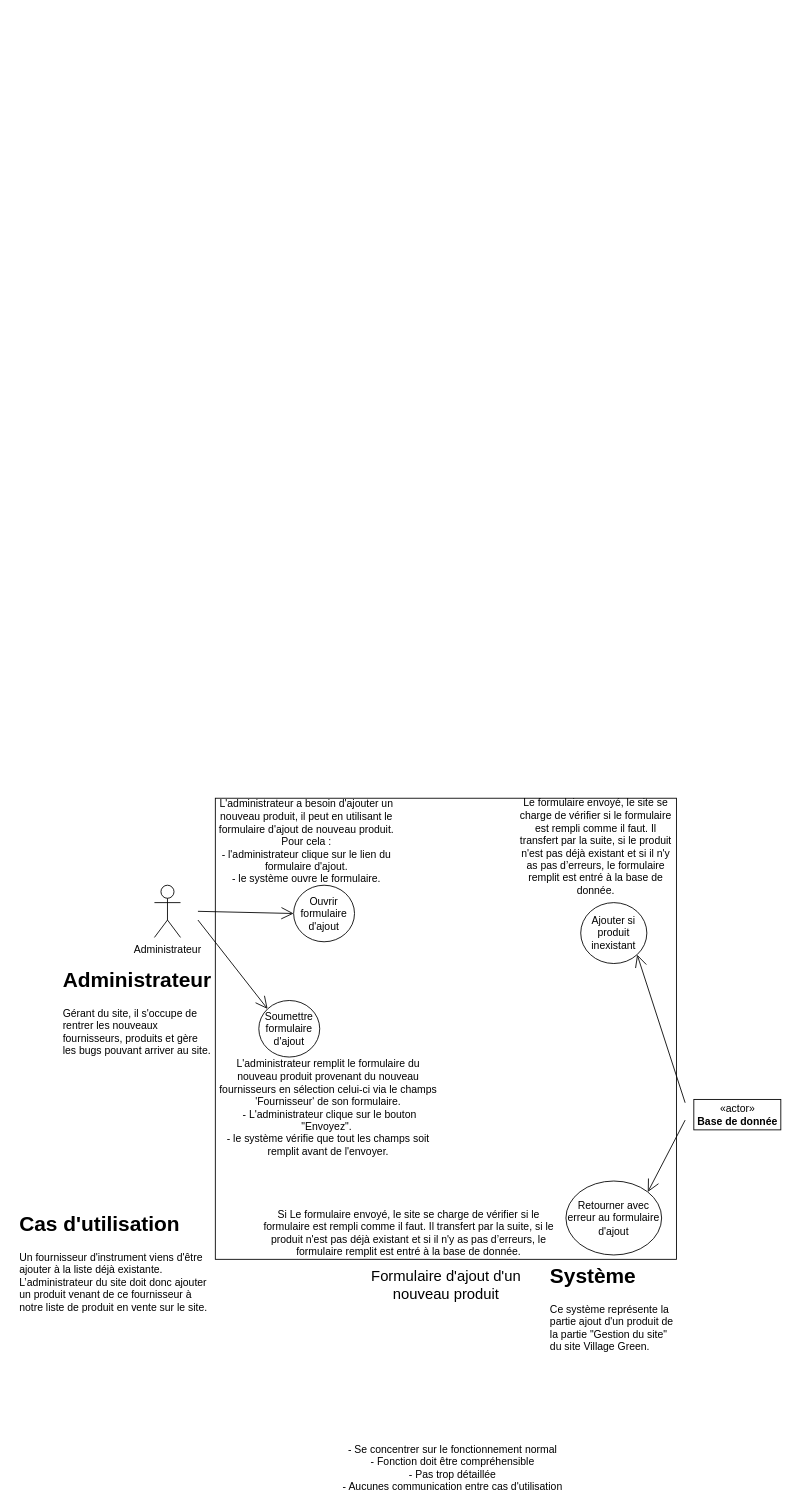
Before: UML/refonte après discution avec Fode.drawio in dwwm-19120/filRouge2, a draw.io diagram. Source tidied: cells renumbered, new cells numbered last; positions are measured from the earlier drawing's top-left corner, leaving out a move shared by most shapes. Both pictures are drawn from the tidied source at 87%, with x=0, y=0 at pixel (15, 798).
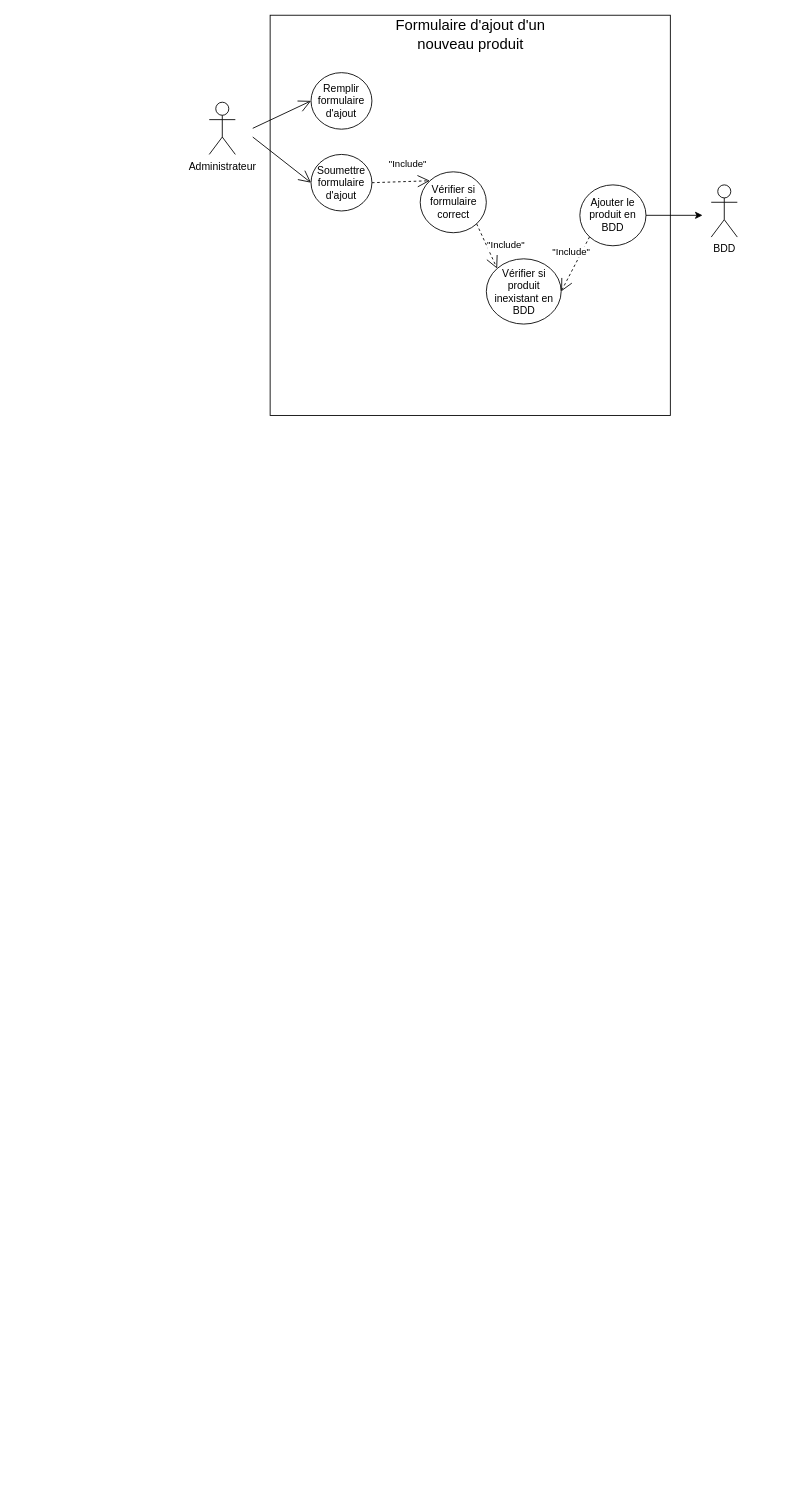
After the change.

Commit message (it also covers changes not shown here):
Retentative de faire un Diagramme de Cas d'utilisation

Diff of the diagram source:
```diff
@@
-    <mxCell id="2" style="whiteSpace=wrap;html=1;fillColor=none;" parent="1" vertex="1">
-      <mxGeometry x="230" width="530" height="530" as="geometry" />
-    </mxCell>
+    <mxCell id="22" style="whiteSpace=wrap;html=1;fillColor=none;" parent="1" vertex="1">
+      <mxGeometry x="293" y="-900" width="460" height="460" as="geometry" />
+    </mxCell>
     <mxCell id="3" value="&lt;font style=&quot;font-size: 17px&quot;&gt;Formulaire d'ajout d'un nouveau produit&lt;/font&gt;" style="text;html=1;strokeColor=none;fillColor=none;align=center;verticalAlign=middle;whiteSpace=wrap;rounded=0;" parent="1" vertex="1">
-      <mxGeometry x="402.5" y="550" width="185" height="20" as="geometry" />
+      <mxGeometry x="430.5" y="-887" width="185" height="20" as="geometry" />
     </mxCell>
     <mxCell id="4" value="Administrateur" style="shape=umlActor;verticalLabelPosition=bottom;labelBackgroundColor=#ffffff;verticalAlign=top;html=1;fillColor=none;" parent="1" vertex="1">
-      <mxGeometry x="160" y="100" width="30" height="60" as="geometry" />
+      <mxGeometry x="223" y="-800" width="30" height="60" as="geometry" />
     </mxCell>
-    <mxCell id="5" value="&lt;h1&gt;Administrateur&lt;/h1&gt;&lt;p&gt;Gérant du site, il s'occupe de rentrer les nouveaux fournisseurs, produits et gère les bugs pouvant arriver au site.&lt;/p&gt;" style="text;html=1;strokeColor=none;fillColor=none;spacing=5;spacingTop=-20;whiteSpace=wrap;overflow=hidden;rounded=0;" parent="1" vertex="1">
-      <mxGeometry x="50" y="190" width="180" height="110" as="geometry" />
-    </mxCell>
-    <mxCell id="6" value="&lt;h1&gt;Système&lt;/h1&gt;&lt;p&gt;Ce système représente la partie ajout d'un produit de la partie &quot;Gestion du site&quot; du site Village Green.&lt;/p&gt;" style="text;html=1;strokeColor=none;fillColor=none;spacing=5;spacingTop=-20;whiteSpace=wrap;overflow=hidden;rounded=0;" parent="1" vertex="1">
-      <mxGeometry x="610" y="530" width="150" height="110" as="geometry" />
-    </mxCell>
-    <mxCell id="7" value="&lt;h1&gt;Cas d'utilisation&lt;/h1&gt;&lt;p&gt;Un fournisseur d'instrument viens d'être ajouter à la liste déjà existante.&amp;nbsp; L’administrateur du site doit donc ajouter un produit venant de ce fournisseur à notre liste de produit en vente sur le site.&lt;/p&gt;" style="text;html=1;strokeColor=none;fillColor=none;spacing=5;spacingTop=-20;whiteSpace=wrap;overflow=hidden;rounded=0;" parent="1" vertex="1">
-      <mxGeometry y="470" width="230" height="130" as="geometry" />
-    </mxCell>
-    <mxCell id="8" value="- Se concentrer sur le fonctionnement normal&lt;br&gt;- Fonction doit être compréhensible&lt;br&gt;- Pas trop détaillée&lt;br&gt;- Aucunes communication entre cas d'utilisation" style="text;html=1;strokeColor=none;fillColor=none;align=center;verticalAlign=middle;whiteSpace=wrap;rounded=0;" parent="1" vertex="1">
-      <mxGeometry x="373" y="740" width="260" height="60" as="geometry" />
-    </mxCell>
-    <mxCell id="9" style="endArrow=open;endFill=1;endSize=12;html=1;entryX=0;entryY=0.5;entryDx=0;entryDy=0;" parent="1" edge="1" target="10">
-      <mxGeometry relative="1" as="geometry">
-        <mxPoint x="210" y="130" as="sourcePoint" />
-      </mxGeometry>
-    </mxCell>
-    <mxCell id="10" value="Ouvrir formulaire d'ajout" style="ellipse;whiteSpace=wrap;html=1;fillColor=none;" parent="1" vertex="1">
-      <mxGeometry x="320" y="100" width="70" height="65" as="geometry" />
-    </mxCell>
+    <mxCell id="23" style="endArrow=open;endFill=1;endSize=12;html=1;entryX=0;entryY=0.5;entryDx=0;entryDy=0;" parent="1" edge="1" target="24">
+      <mxGeometry relative="1" as="geometry">
+        <mxPoint x="273" y="-770" as="sourcePoint" />
+      </mxGeometry>
+    </mxCell>
+    <mxCell id="24" value="Remplir formulaire d'ajout" style="ellipse;whiteSpace=wrap;html=1;fillColor=none;" parent="1" vertex="1">
+      <mxGeometry x="340" y="-834" width="70" height="65" as="geometry" />
+    </mxCell>
     <mxCell id="11" value="Soumettre formulaire d'ajout" style="ellipse;whiteSpace=wrap;html=1;fillColor=none;" parent="1" vertex="1">
-      <mxGeometry x="280" y="232.5" width="70" height="65" as="geometry" />
+      <mxGeometry x="340" y="-740" width="70" height="65" as="geometry" />
     </mxCell>
-    <mxCell id="12" style="endArrow=open;endFill=1;endSize=12;html=1;entryX=0;entryY=0;entryDx=0;entryDy=0;" parent="1" edge="1" target="11">
-      <mxGeometry relative="1" as="geometry">
-        <mxPoint x="210" y="140" as="sourcePoint" />
-      </mxGeometry>
-    </mxCell>
-    <mxCell id="13" value="«actor»&lt;br&gt;&lt;b&gt;Base de donnée&lt;/b&gt;" style="html=1;fillColor=none;" parent="1" vertex="1">
-      <mxGeometry x="780" y="346.2" width="100" height="35" as="geometry" />
-    </mxCell>
-    <mxCell id="14" value="Ajouter si produit inexistant" style="ellipse;whiteSpace=wrap;html=1;fillColor=none;" parent="1" vertex="1">
-      <mxGeometry x="650" y="120" width="76" height="70" as="geometry" />
-    </mxCell>
-    <mxCell id="15" style="endArrow=open;endFill=1;endSize=12;html=1;entryX=1;entryY=1;entryDx=0;entryDy=0;" parent="1" edge="1" target="14">
-      <mxGeometry relative="1" as="geometry">
-        <mxPoint x="770" y="350" as="sourcePoint" />
-      </mxGeometry>
-    </mxCell>
-    <mxCell id="16" style="endArrow=open;endFill=1;endSize=12;html=1;entryX=1;entryY=0;entryDx=0;entryDy=0;" parent="1" edge="1" target="17">
-      <mxGeometry relative="1" as="geometry">
-        <mxPoint x="770" y="370" as="sourcePoint" />
-      </mxGeometry>
-    </mxCell>
-    <mxCell id="17" value="Retourner avec erreur au formulaire d'ajout" style="ellipse;whiteSpace=wrap;html=1;fillColor=none;" parent="1" vertex="1">
-      <mxGeometry x="633" y="440" width="110" height="85" as="geometry" />
-    </mxCell>
-    <mxCell id="18" value="L'administrateur a besoin d'ajouter un nouveau produit, il peut en utilisant le formulaire d'ajout de nouveau produit. Pour cela :&lt;br&gt;- l'administrateur clique sur le lien du formulaire d'ajout.&lt;br&gt;- le système ouvre le formulaire." style="text;html=1;strokeColor=none;fillColor=none;align=center;verticalAlign=middle;whiteSpace=wrap;rounded=0;" parent="1" vertex="1">
-      <mxGeometry x="230" width="210" height="100" as="geometry" />
-    </mxCell>
-    <mxCell id="19" value="L'administrateur remplit le formulaire du nouveau produit provenant du nouveau fournisseurs en sélection celui-ci via le champs 'Fournisseur' de son formulaire.&lt;br&gt;&amp;nbsp;- L'administrateur clique sur le bouton &quot;Envoyez&quot;.&amp;nbsp;&lt;br&gt;- le système vérifie que tout les champs soit remplit avant de l'envoyer." style="text;html=1;strokeColor=none;fillColor=none;align=center;verticalAlign=middle;whiteSpace=wrap;rounded=0;" parent="1" vertex="1">
-      <mxGeometry x="230" y="300" width="260" height="112.5" as="geometry" />
-    </mxCell>
-    <mxCell id="20" value="Le formulaire envoyé, le site se charge de vérifier si le formulaire est rempli comme il faut. Il transfert par la suite, si le produit n'est pas déjà existant et si il n'y as pas d’erreurs, le formulaire remplit est entré à la base de donnée." style="text;html=1;strokeColor=none;fillColor=none;align=center;verticalAlign=middle;whiteSpace=wrap;rounded=0;" parent="1" vertex="1">
-      <mxGeometry x="575" width="185" height="112.5" as="geometry" />
-    </mxCell>
-    <mxCell id="21" value="Si Le formulaire envoyé, le site se charge de vérifier si le formulaire est rempli comme il faut. Il transfert par la suite, si le produit n'est pas déjà existant et si il n'y as pas d’erreurs, le formulaire remplit est entré à la base de donnée." style="text;html=1;strokeColor=none;fillColor=none;align=center;verticalAlign=middle;whiteSpace=wrap;rounded=0;" parent="1" vertex="1">
-      <mxGeometry x="280" y="470" width="345" height="60" as="geometry" />
-    </mxCell>
+    <mxCell id="25" style="endArrow=open;endFill=1;endSize=12;html=1;entryX=0;entryY=0.5;entryDx=0;entryDy=0;" parent="1" edge="1" target="11">
+      <mxGeometry relative="1" as="geometry">
+        <mxPoint x="273" y="-760" as="sourcePoint" />
+      </mxGeometry>
+    </mxCell>
+    <mxCell id="26" value="Vérifier si produit inexistant en BDD" style="ellipse;whiteSpace=wrap;html=1;fillColor=none;" parent="1" vertex="1">
+      <mxGeometry x="541.5" y="-620" width="86" height="75" as="geometry" />
+    </mxCell>
+    <mxCell id="27" value="BDD" style="shape=umlActor;verticalLabelPosition=bottom;labelBackgroundColor=#ffffff;verticalAlign=top;html=1;" parent="1" vertex="1">
+      <mxGeometry x="800" y="-705" width="30" height="60" as="geometry" />
+    </mxCell>
+    <mxCell id="28" value="Vérifier si formulaire correct" style="ellipse;whiteSpace=wrap;html=1;fillColor=none;" parent="1" vertex="1">
+      <mxGeometry x="465.5" y="-720" width="76" height="70" as="geometry" />
+    </mxCell>
+    <mxCell id="29" value="&quot;Include&quot;" style="endArrow=open;endSize=12;dashed=1;html=1;exitX=1;exitY=0.5;exitDx=0;exitDy=0;entryX=0;entryY=0;entryDx=0;entryDy=0;" parent="1" edge="1" source="11" target="28">
+      <mxGeometry x="0.27" y="20" relative="1" as="geometry" />
+    </mxCell>
+    <mxCell id="30" value="&quot;Include&quot;" style="endArrow=open;endSize=12;dashed=1;html=1;exitX=0;exitY=1;exitDx=0;exitDy=0;entryX=1;entryY=0.5;entryDx=0;entryDy=0;" parent="1" edge="1" source="32" target="26">
+      <mxGeometry x="-0.3" y="-11" relative="1" as="geometry" />
+    </mxCell>
+    <mxCell id="31" style="endArrow=classic;html=1;exitX=1;exitY=0.5;exitDx=0;exitDy=0;" parent="1" edge="1" source="32">
+      <mxGeometry relative="1" as="geometry">
+        <mxPoint x="790" y="-670" as="targetPoint" />
+      </mxGeometry>
+    </mxCell>
+    <mxCell id="32" value="Ajouter le produit en BDD" style="ellipse;whiteSpace=wrap;html=1;fillColor=none;" parent="1" vertex="1">
+      <mxGeometry x="649" y="-705" width="76" height="70" as="geometry" />
+    </mxCell>
+    <mxCell id="33" value="&quot;Include&quot;" style="endArrow=open;endSize=12;dashed=1;html=1;exitX=1;exitY=1;exitDx=0;exitDy=0;entryX=0;entryY=0;entryDx=0;entryDy=0;" parent="1" edge="1" source="28" target="26">
+      <mxGeometry x="0.27" y="20" relative="1" as="geometry" />
+    </mxCell>
```
